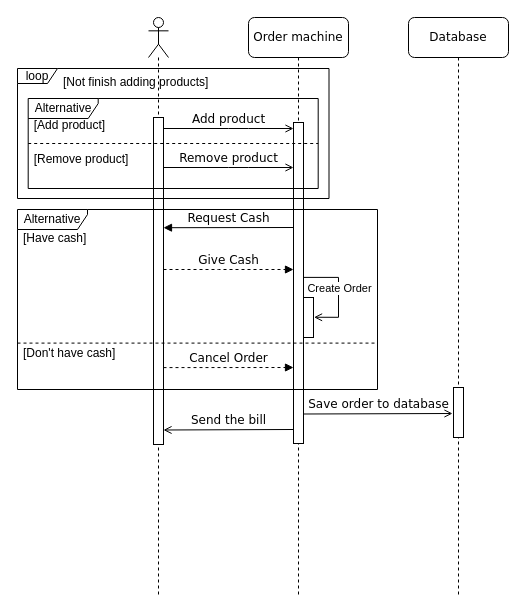
This is page "ReceiveOrder" (2 of 3) of Diagrams/Sequence Diagram.drawio from Abcdavid00/Cafe-Management-Application, a draw.io file, before an edit. Source tidied: cells renumbered, new cells numbered last; positions are measured from the earlier drawing's top-left corner, leaving out a move shared by most shapes. Both pictures are drawn from the tidied source at 100%, with x=0, y=0 at pixel (17, 17).
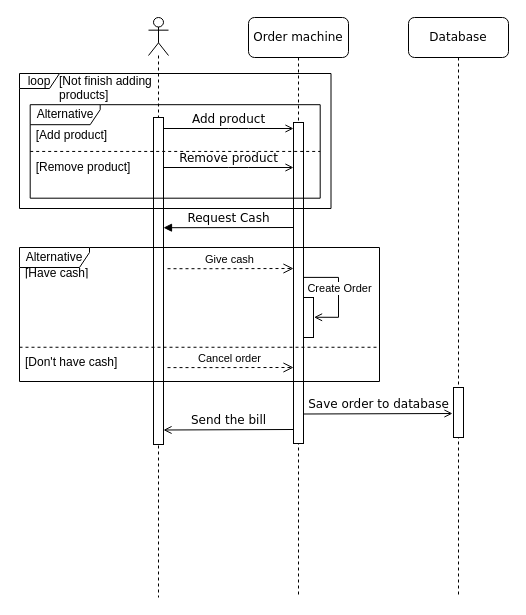
The same diagram, later.

Diff of the diagram source:
```diff
@@
-    <mxCell id="2" style="shape=umlLifeline;participant=umlActor;perimeter=lifelinePerimeter;whiteSpace=wrap;html=1;verticalAlign=top;spacingTop=36;" parent="1" vertex="1">
+    <mxCell id="2" style="shape=umlLifeline;participant=umlActor;perimeter=lifelinePerimeter;whiteSpace=wrap;html=1;verticalAlign=top;spacingTop=36;size=38;" parent="1" vertex="1">
       <mxGeometry x="131" width="20" height="580" as="geometry" />
     </mxCell>
@@
-    <mxCell id="8" value="Give Cash" style="html=1;verticalAlign=bottom;endArrow=block;entryX=0;entryY=0;labelBackgroundColor=none;fontFamily=Verdana;fontSize=12;edgeStyle=elbowEdgeStyle;elbow=vertical;endFill=1;startArrow=none;startFill=0;dashed=1;" parent="1" edge="1">
-      <mxGeometry relative="1" as="geometry">
-        <mxPoint x="146" y="252" as="sourcePoint" />
-        <mxPoint x="276" y="252" as="targetPoint" />
-      </mxGeometry>
-    </mxCell>
@@
     <mxCell id="15" style="group;" parent="1" vertex="1">
-      <mxGeometry y="51" width="320" height="130" as="geometry" />
+      <mxGeometry x="2" y="56" width="320" height="135" as="geometry" />
     </mxCell>
     <mxCell id="16" value="loop" style="shape=umlFrame;whiteSpace=wrap;html=1;width=40;height=15;" parent="15" vertex="1">
-      <mxGeometry width="311.5" height="130" as="geometry" />
+      <mxGeometry width="311.5" height="135" as="geometry" />
     </mxCell>
-    <mxCell id="17" value="[Not finish adding products]" style="text;strokeColor=none;fillColor=none;align=left;verticalAlign=top;spacingLeft=4;spacingRight=4;overflow=hidden;" parent="15" vertex="1">
-      <mxGeometry x="40" width="280" height="30" as="geometry" />
+    <mxCell id="17" value="[Not finish adding &#10;products]" style="text;strokeColor=none;fillColor=none;align=left;verticalAlign=top;spacingLeft=4;spacingRight=4;overflow=hidden;" parent="15" vertex="1">
+      <mxGeometry x="34" y="-6.2" width="280" height="31.2" as="geometry" />
     </mxCell>
     <mxCell id="18" style="group;" parent="15" vertex="1">
-      <mxGeometry x="10.7" y="30" width="290" height="90" as="geometry" />
+      <mxGeometry x="10.7" y="31.2" width="290" height="93.5" as="geometry" />
     </mxCell>
     <mxCell id="19" value="Alternative" style="shape=umlFrame;whiteSpace=wrap;html=1;width=70;height=20;" parent="18" vertex="1">
-      <mxGeometry width="290" height="90" as="geometry" />
+      <mxGeometry width="290" height="93.5" as="geometry" />
     </mxCell>
     <mxCell id="20" style="line;strokeWidth=1;fillColor=none;align=left;verticalAlign=middle;spacingTop=-1;spacingLeft=3;spacingRight=3;labelPosition=right;dashed=1;" parent="18" vertex="1">
-      <mxGeometry y="43.2" width="290" height="3.6" as="geometry" />
+      <mxGeometry y="44.9" width="290" height="3.7" as="geometry" />
     </mxCell>
     <mxCell id="21" value="[Remove product]" style="text;strokeColor=none;fillColor=none;align=left;verticalAlign=top;spacingLeft=4;spacingRight=4;overflow=hidden;dashed=1;" parent="18" vertex="1">
-      <mxGeometry y="46.8" width="290" height="16.2" as="geometry" />
+      <mxGeometry y="48.6" width="290" height="16.8" as="geometry" />
     </mxCell>
     <mxCell id="22" value="[Add product]" style="text;strokeColor=none;fillColor=none;align=left;verticalAlign=top;spacingLeft=4;spacingRight=4;overflow=hidden;dashed=1;" parent="18" vertex="1">
-      <mxGeometry y="12.6" width="290" height="27.4" as="geometry" />
+      <mxGeometry y="16.4" width="290" height="28.5" as="geometry" />
     </mxCell>
-    <mxCell id="23" value="Cancel Order" style="html=1;verticalAlign=bottom;endArrow=block;entryX=0;entryY=0;labelBackgroundColor=none;fontFamily=Verdana;fontSize=12;edgeStyle=elbowEdgeStyle;elbow=vertical;endFill=1;startArrow=none;startFill=0;dashed=1;" parent="1" edge="1">
-      <mxGeometry relative="1" as="geometry">
-        <mxPoint x="146" y="350.1" as="sourcePoint" />
-        <mxPoint x="276" y="350.1" as="targetPoint" />
-      </mxGeometry>
-    </mxCell>
     <mxCell id="24" style="group;" parent="1" vertex="1">
-      <mxGeometry y="192" width="360" height="180" as="geometry" />
+      <mxGeometry x="2" y="230" width="360" height="148" as="geometry" />
     </mxCell>
     <mxCell id="25" value="Alternative" style="shape=umlFrame;whiteSpace=wrap;html=1;width=70;height=20;" parent="24" vertex="1">
-      <mxGeometry width="360" height="180" as="geometry" />
+      <mxGeometry width="360" height="134" as="geometry" />
     </mxCell>
     <mxCell id="26" style="line;strokeWidth=1;fillColor=none;align=left;verticalAlign=middle;spacingTop=-1;spacingLeft=3;spacingRight=3;labelPosition=right;dashed=1;" parent="24" vertex="1">
-      <mxGeometry y="130" width="360" height="7.2" as="geometry" />
+      <mxGeometry y="63.5" width="360" height="72.5" as="geometry" />
     </mxCell>
     <mxCell id="27" value="[Don't have cash]" style="text;strokeColor=none;fillColor=none;align=left;verticalAlign=top;spacingLeft=4;spacingRight=4;overflow=hidden;dashed=1;" parent="24" vertex="1">
-      <mxGeometry y="130" width="360" height="18.9" as="geometry" />
+      <mxGeometry y="101" width="360" height="27.9" as="geometry" />
     </mxCell>
     <mxCell id="28" value="[Have cash]" style="text;strokeColor=none;fillColor=none;align=left;verticalAlign=top;spacingLeft=4;spacingRight=4;overflow=hidden;dashed=1;" parent="24" vertex="1">
-      <mxGeometry y="15" width="360" height="17.4" as="geometry" />
+      <mxGeometry y="12.3" width="360" height="14.3" as="geometry" />
     </mxCell>
+    <mxCell id="31" value="Cancel order" style="html=1;verticalAlign=bottom;endArrow=open;dashed=1;endSize=8;rounded=0;" parent="24" edge="1">
+      <mxGeometry x="-0.02" relative="1" as="geometry">
+        <mxPoint x="148" y="120.1" as="sourcePoint" />
+        <mxPoint x="274" y="120" as="targetPoint" />
+        <Array as="points">
+          <mxPoint x="190" y="120.1" />
+        </Array>
+      </mxGeometry>
+    </mxCell>
@@
+    <mxCell id="32" value="Give cash" style="html=1;verticalAlign=bottom;endArrow=open;dashed=1;endSize=8;rounded=0;" parent="1" edge="1">
+      <mxGeometry x="-0.02" relative="1" as="geometry">
+        <mxPoint x="150" y="251.2" as="sourcePoint" />
+        <mxPoint x="276" y="251" as="targetPoint" />
+        <Array as="points">
+          <mxPoint x="192" y="251.2" />
+        </Array>
+      </mxGeometry>
+    </mxCell>
```
